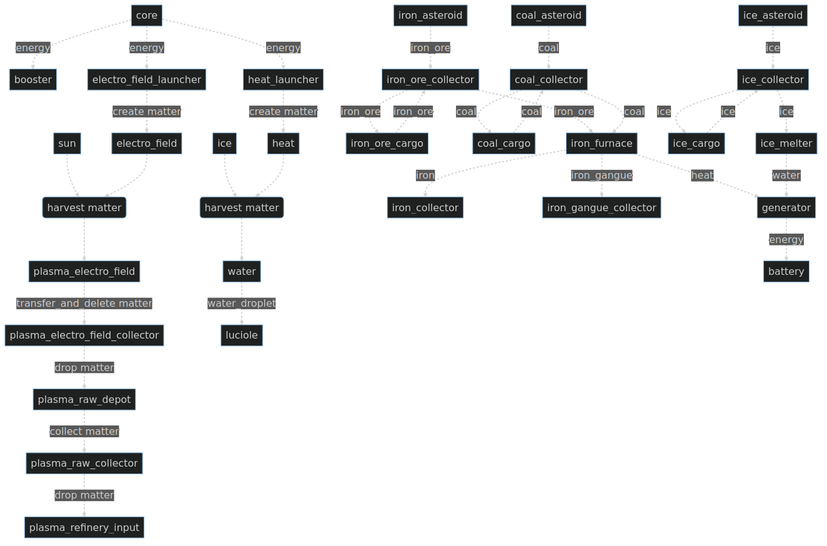
loicbourgois/gravitle keeps this Mermaid diagram as alchemy.png. Above is the earlier version. Its source is kept beside it as alchemy.mmd.
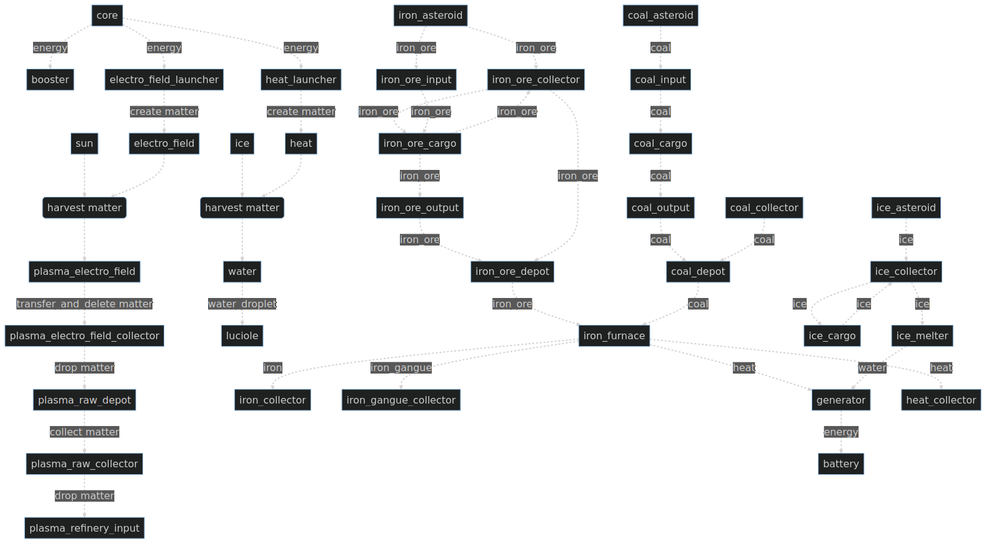
Later version of the same file.

Change to the diagram source:
```diff
@@ -18,14 +18,22 @@
   iron_asteroid -.->|iron_ore| iron_ore_collector
   iron_ore_collector -.->|iron_ore| iron_ore_cargo
   iron_ore_cargo -.->|iron_ore| iron_ore_collector
-  coal_asteroid -.->|coal| coal_collector
-  coal_collector -.->|coal| coal_cargo
-  coal_cargo -.->|coal| coal_collector
-  iron_ore_collector -.->|iron_ore| iron_furnace
-  coal_collector -.->|coal| iron_furnace
+  coal_asteroid -.->|coal| coal_input
+  coal_input -.->|coal| coal_cargo
+  coal_cargo -.->|coal| coal_output
+  coal_output -.->|coal| coal_depot
+  iron_asteroid -.->|iron_ore| iron_ore_input
+  iron_ore_input -.->|iron_ore| iron_ore_cargo
+  iron_ore_cargo -.->|iron_ore| iron_ore_output
+  iron_ore_output -.->|iron_ore| iron_ore_depot
+  iron_ore_depot -.->|iron_ore| iron_furnace
+  iron_ore_collector -.->|iron_ore| iron_ore_depot
+  coal_collector -.->|coal| coal_depot
+  coal_depot -.->|coal| iron_furnace
   iron_furnace -.->|iron| iron_collector
   iron_furnace -.->|iron_gangue| iron_gangue_collector
   iron_furnace -.->|heat| generator
+  iron_furnace -.->|heat| heat_collector
   generator -.->|energy| battery
   ice_asteroid -.->|ice| ice_collector
   ice_collector -.->|ice| ice_cargo
```
